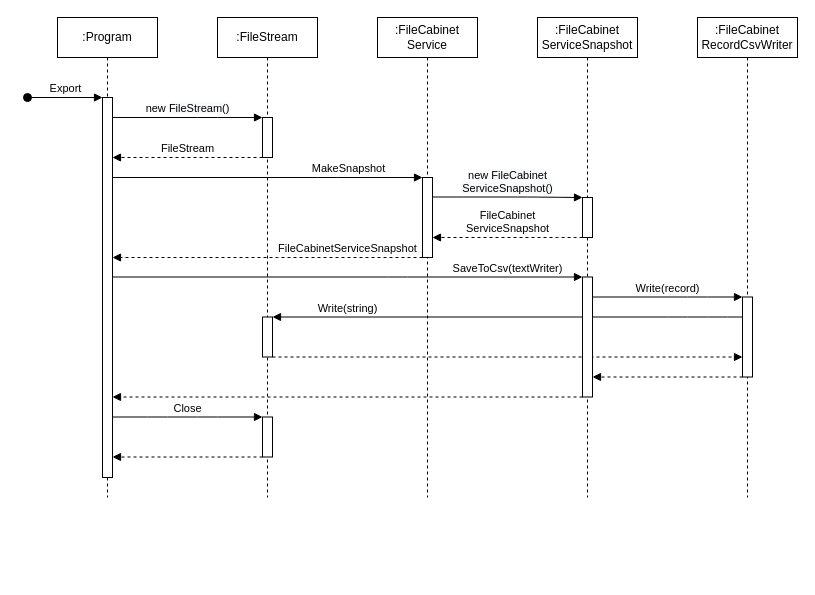
The draw.io diagram page "Export - Sequence" (6 of 20) of drawings.drawio in epam-dotnet-lab/file-cabinet-task, before the edit. Source tidied: cells renumbered, new cells numbered last; positions are measured from the earlier drawing's top-left corner, leaving out a move shared by most shapes. Both pictures are drawn from the tidied source at 100%, with x=0, y=0 at pixel (27, 17).
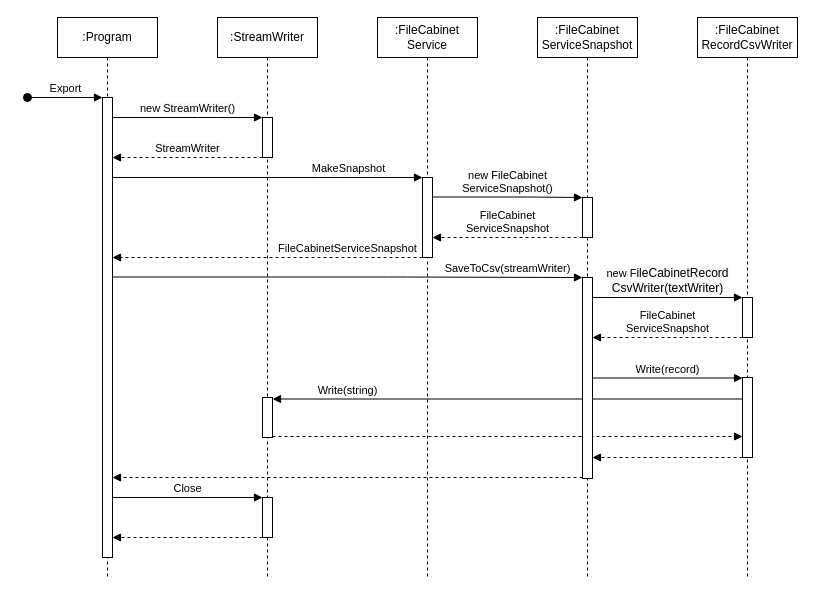
The same page after the edit.

The change refers to these unchanged cells:
```xml
<mxCell id="7" style="html=1;points=[];perimeter=orthogonalPerimeter;strokeColor=#000000;fillColor=#ffffff;" parent="6" vertex="1">
  <mxGeometry x="45" y="100" width="10" height="40" as="geometry" />
</mxCell>
```

The edit, as a diff of the source:
```diff
@@
-    <mxCell id="2" style="html=1;verticalAlign=bottom;endArrow=block;dashed=1;" parent="1" edge="1" source="9" target="22">
+    <mxCell id="2" style="html=1;verticalAlign=bottom;endArrow=block;dashed=1;" parent="1" edge="1">
       <mxGeometry relative="1" as="geometry">
-        <Array as="points">
-          <mxPoint x="340" y="339.5" />
-        </Array>
+        <mxPoint x="245" y="419" as="sourcePoint" />
+        <mxPoint x="715" y="419" as="targetPoint" />
       </mxGeometry>
     </mxCell>
-    <mxCell id="3" value="Write(string)" style="html=1;verticalAlign=bottom;endArrow=block;" parent="1" edge="1" source="22" target="9">
+    <mxCell id="3" value="Write(string)" style="html=1;verticalAlign=bottom;endArrow=block;" parent="1" edge="1">
       <mxGeometry x="0.68" relative="1" as="geometry">
-        <Array as="points">
-          <mxPoint x="690" y="299.5" />
-          <mxPoint x="650" y="299.5" />
-        </Array>
+        <mxPoint x="715" y="381.5" as="sourcePoint" />
+        <mxPoint x="245" y="381.5" as="targetPoint" />
       </mxGeometry>
     </mxCell>
     <mxCell id="4" value=":Program" style="shape=umlLifeline;perimeter=lifelinePerimeter;whiteSpace=wrap;html=1;strokeColor=#000000;fillColor=none;" parent="1" vertex="1">
-      <mxGeometry x="30" width="100" height="480" as="geometry" />
+      <mxGeometry x="30" width="100" height="560" as="geometry" />
     </mxCell>
     <mxCell id="5" style="html=1;points=[];perimeter=orthogonalPerimeter;strokeColor=#000000;fillColor=#ffffff;" parent="4" vertex="1">
-      <mxGeometry x="45" y="80" width="10" height="380" as="geometry" />
+      <mxGeometry x="45" y="80" width="10" height="460" as="geometry" />
     </mxCell>
-    <mxCell id="6" value="&lt;span style=&quot;font-weight: 400&quot;&gt;&lt;font style=&quot;font-size: 12px&quot;&gt;:FileStream&lt;/font&gt;&lt;/span&gt;" style="shape=umlLifeline;perimeter=lifelinePerimeter;whiteSpace=wrap;html=1;strokeColor=#000000;fillColor=none;fontStyle=1;" parent="1" vertex="1">
-      <mxGeometry x="190" width="100" height="480" as="geometry" />
+    <mxCell id="6" value="&lt;span style=&quot;font-weight: 400&quot;&gt;&lt;font style=&quot;font-size: 12px&quot;&gt;:StreamWriter&lt;/font&gt;&lt;/span&gt;" style="shape=umlLifeline;perimeter=lifelinePerimeter;whiteSpace=wrap;html=1;strokeColor=#000000;fillColor=none;fontStyle=1;" parent="1" vertex="1">
+      <mxGeometry x="190" width="100" height="560" as="geometry" />
     </mxCell>
@@
     <mxCell id="8" style="html=1;points=[];perimeter=orthogonalPerimeter;strokeColor=#000000;fillColor=#ffffff;" parent="6" vertex="1">
-      <mxGeometry x="45" y="399.5" width="10" height="40" as="geometry" />
+      <mxGeometry x="45" y="480" width="10" height="40" as="geometry" />
     </mxCell>
     <mxCell id="9" style="html=1;points=[];perimeter=orthogonalPerimeter;strokeColor=#000000;fillColor=#ffffff;" parent="6" vertex="1">
-      <mxGeometry x="45" y="299.5" width="10" height="40" as="geometry" />
+      <mxGeometry x="45" y="380" width="10" height="40" as="geometry" />
     </mxCell>
     <mxCell id="10" value="&lt;font style=&quot;font-size: 12px&quot;&gt;&lt;span style=&quot;font-weight: 400&quot;&gt;:&lt;/span&gt;&lt;span style=&quot;font-weight: 400 ; white-space: nowrap&quot;&gt;FileCabinet&lt;br&gt;Service&lt;/span&gt;&lt;/font&gt;" style="shape=umlLifeline;perimeter=lifelinePerimeter;whiteSpace=wrap;html=1;strokeColor=#000000;fillColor=none;fontStyle=1;" parent="1" vertex="1">
-      <mxGeometry x="350" width="100" height="480" as="geometry" />
+      <mxGeometry x="350" width="100" height="560" as="geometry" />
     </mxCell>
@@
     <mxCell id="15" value="&lt;span style=&quot;white-space: nowrap ; font-weight: normal&quot;&gt;:FileCabinet&lt;br&gt;ServiceSnapshot&lt;/span&gt;" style="shape=umlLifeline;perimeter=lifelinePerimeter;whiteSpace=wrap;html=1;strokeColor=#000000;fillColor=none;fontStyle=1;" parent="1" vertex="1">
-      <mxGeometry x="510" width="100" height="480" as="geometry" />
+      <mxGeometry x="510" width="100" height="560" as="geometry" />
     </mxCell>
     <mxCell id="16" style="html=1;points=[];perimeter=orthogonalPerimeter;strokeColor=#000000;fillColor=#ffffff;" parent="15" vertex="1">
-      <mxGeometry x="45" y="259.5" width="10" height="120" as="geometry" />
+      <mxGeometry x="45" y="260" width="10" height="201" as="geometry" />
     </mxCell>
@@
-    <mxCell id="18" value="&lt;font style=&quot;font-size: 11px&quot;&gt;new&amp;nbsp;&lt;span style=&quot;white-space: normal ; background-color: rgb(248 , 249 , 250)&quot;&gt;FileStream()&lt;/span&gt;&lt;/font&gt;" style="html=1;verticalAlign=bottom;endArrow=block;" parent="1" edge="1" source="5" target="7">
+    <mxCell id="18" value="&lt;font style=&quot;font-size: 11px&quot;&gt;new&amp;nbsp;&lt;span style=&quot;white-space: normal ; background-color: rgb(248 , 249 , 250)&quot;&gt;StreamWriter()&lt;/span&gt;&lt;/font&gt;" style="html=1;verticalAlign=bottom;endArrow=block;" parent="1" edge="1" source="5" target="7">
       <mxGeometry relative="1" as="geometry">
         <Array as="points">
           <mxPoint x="180" y="100" />
         </Array>
       </mxGeometry>
     </mxCell>
-    <mxCell id="19" value="FileStream" style="html=1;verticalAlign=bottom;endArrow=block;dashed=1;" parent="1" edge="1" source="7" target="5">
+    <mxCell id="19" value="&lt;span style=&quot;white-space: normal ; background-color: rgb(248 , 249 , 250)&quot;&gt;StreamWriter&lt;/span&gt;" style="html=1;verticalAlign=bottom;endArrow=block;dashed=1;" parent="1" edge="1" source="7" target="5">
       <mxGeometry relative="1" as="geometry">
         <Array as="points">
           <mxPoint x="130" y="140" />
         </Array>
       </mxGeometry>
     </mxCell>
-    <mxCell id="20" value="SaveToCsv(textWriter)" style="html=1;verticalAlign=bottom;endArrow=block;" parent="1" edge="1" target="16">
+    <mxCell id="20" value="SaveToCsv(streamWriter)" style="html=1;verticalAlign=bottom;endArrow=block;" parent="1" edge="1" target="16">
       <mxGeometry x="0.68" relative="1" as="geometry">
         <mxPoint x="85" y="259.5" as="sourcePoint" />
         <Array as="points">
           <mxPoint x="370" y="259.5" />
         </Array>
       </mxGeometry>
     </mxCell>
     <mxCell id="21" value="&lt;span style=&quot;font-weight: 400 ; white-space: nowrap&quot;&gt;:FileCabinet&lt;br&gt;RecordCsvWriter&lt;/span&gt;" style="shape=umlLifeline;perimeter=lifelinePerimeter;whiteSpace=wrap;html=1;strokeColor=#000000;fillColor=none;fontStyle=1;" parent="1" vertex="1">
-      <mxGeometry x="670" width="100" height="480" as="geometry" />
+      <mxGeometry x="670" width="100" height="560" as="geometry" />
     </mxCell>
     <mxCell id="22" style="html=1;points=[];perimeter=orthogonalPerimeter;strokeColor=#000000;fillColor=#ffffff;" parent="21" vertex="1">
-      <mxGeometry x="45" y="279.5" width="10" height="80" as="geometry" />
+      <mxGeometry x="45" y="360" width="10" height="80" as="geometry" />
     </mxCell>
+    <mxCell id="30" style="html=1;points=[];perimeter=orthogonalPerimeter;strokeColor=#000000;fillColor=#ffffff;" parent="21" vertex="1">
+      <mxGeometry x="45" y="280" width="10" height="40" as="geometry" />
+    </mxCell>
     <mxCell id="23" value="Write(record)" style="html=1;verticalAlign=bottom;endArrow=block;" parent="1" edge="1" source="16" target="22">
-      <mxGeometry relative="1" as="geometry">
-        <Array as="points">
-          <mxPoint x="670" y="279.5" />
-        </Array>
-      </mxGeometry>
+      <mxGeometry relative="1" as="geometry" />
     </mxCell>
-    <mxCell id="24" style="html=1;verticalAlign=bottom;endArrow=block;dashed=1;" parent="1" edge="1" source="16">
+    <mxCell id="24" style="html=1;verticalAlign=bottom;endArrow=block;dashed=1;" parent="1" edge="1" source="16" target="5">
       <mxGeometry relative="1" as="geometry">
-        <mxPoint x="85" y="379.5" as="targetPoint" />
         <Array as="points">
-          <mxPoint x="530" y="379.5" />
+          <mxPoint x="470" y="460" />
         </Array>
       </mxGeometry>
     </mxCell>
-    <mxCell id="25" value="Close" style="html=1;verticalAlign=bottom;endArrow=block;" parent="1" edge="1" target="8">
-      <mxGeometry relative="1" as="geometry">
-        <mxPoint x="85" y="399.5" as="sourcePoint" />
-        <Array as="points">
-          <mxPoint x="130" y="399.5" />
-          <mxPoint x="180" y="399.5" />
-        </Array>
-      </mxGeometry>
+    <mxCell id="25" value="Close" style="html=1;verticalAlign=bottom;endArrow=block;" parent="1" edge="1" source="5" target="8">
+      <mxGeometry relative="1" as="geometry" />
     </mxCell>
-    <mxCell id="26" style="html=1;verticalAlign=bottom;endArrow=block;dashed=1;" parent="1" edge="1" source="8">
+    <mxCell id="26" style="html=1;verticalAlign=bottom;endArrow=block;dashed=1;" parent="1" edge="1" source="8" target="5">
       <mxGeometry relative="1" as="geometry">
-        <mxPoint x="85" y="439.5" as="targetPoint" />
         <Array as="points">
-          <mxPoint x="190" y="439.5" />
+          <mxPoint x="180" y="520" />
         </Array>
       </mxGeometry>
     </mxCell>
     <mxCell id="27" style="html=1;verticalAlign=bottom;endArrow=block;dashed=1;" parent="1" edge="1" source="22" target="16">
       <mxGeometry relative="1" as="geometry">
         <Array as="points">
-          <mxPoint x="690" y="359.5" />
+          <mxPoint x="610" y="440" />
         </Array>
       </mxGeometry>
     </mxCell>
@@
+    <mxCell id="31" value="new F&lt;span style=&quot;font-size: 12px ; background-color: rgb(248 , 249 , 250)&quot;&gt;ileCabinet&lt;/span&gt;&lt;span style=&quot;font-size: 12px ; background-color: rgb(248 , 249 , 250)&quot;&gt;Record&lt;br&gt;CsvWriter(textWriter)&lt;/span&gt;" style="html=1;verticalAlign=bottom;endArrow=block;" parent="1" edge="1" source="16" target="30">
+      <mxGeometry relative="1" as="geometry">
+        <Array as="points">
+          <mxPoint x="580" y="280" />
+        </Array>
+      </mxGeometry>
+    </mxCell>
+    <mxCell id="32" value="FileCabinet&lt;br&gt;ServiceSnapshot" style="html=1;verticalAlign=bottom;endArrow=block;dashed=1;" parent="1" edge="1" source="30" target="16">
+      <mxGeometry relative="1" as="geometry">
+        <Array as="points">
+          <mxPoint x="660" y="320" />
+        </Array>
+      </mxGeometry>
+    </mxCell>
```
